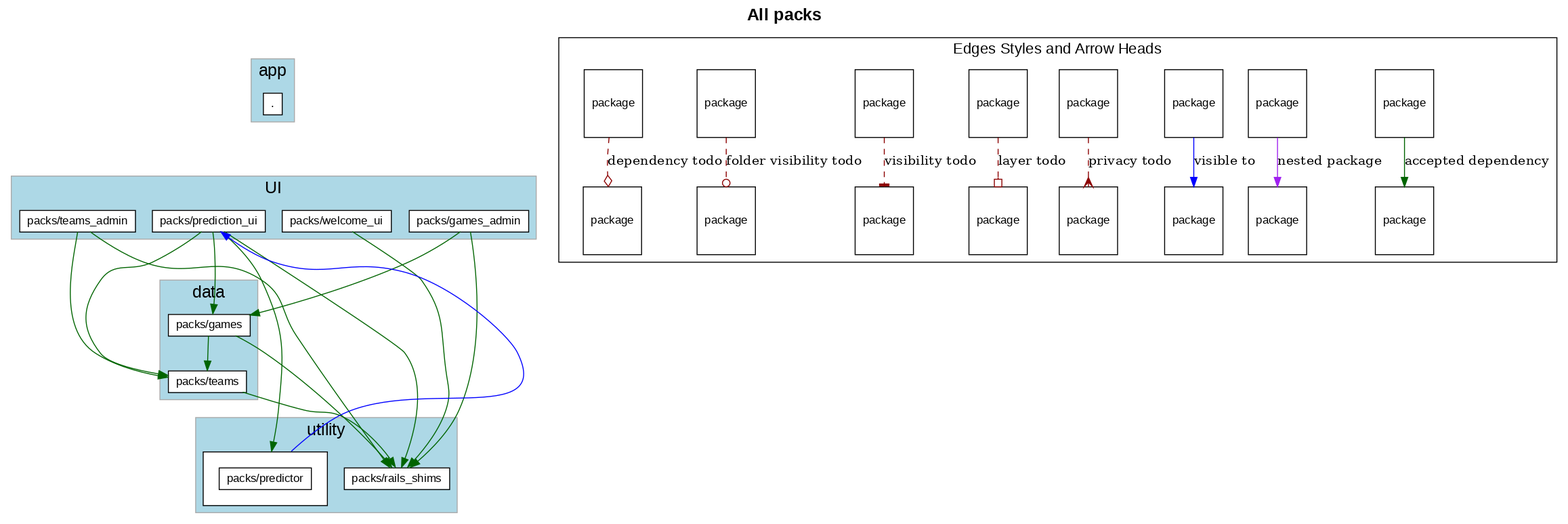
shageman/package-based-rails-applications keeps this Graphviz diagram as diagrams/all_packs.png. Above is the earlier version. Its source is kept beside it as diagrams/all_packs.dot.
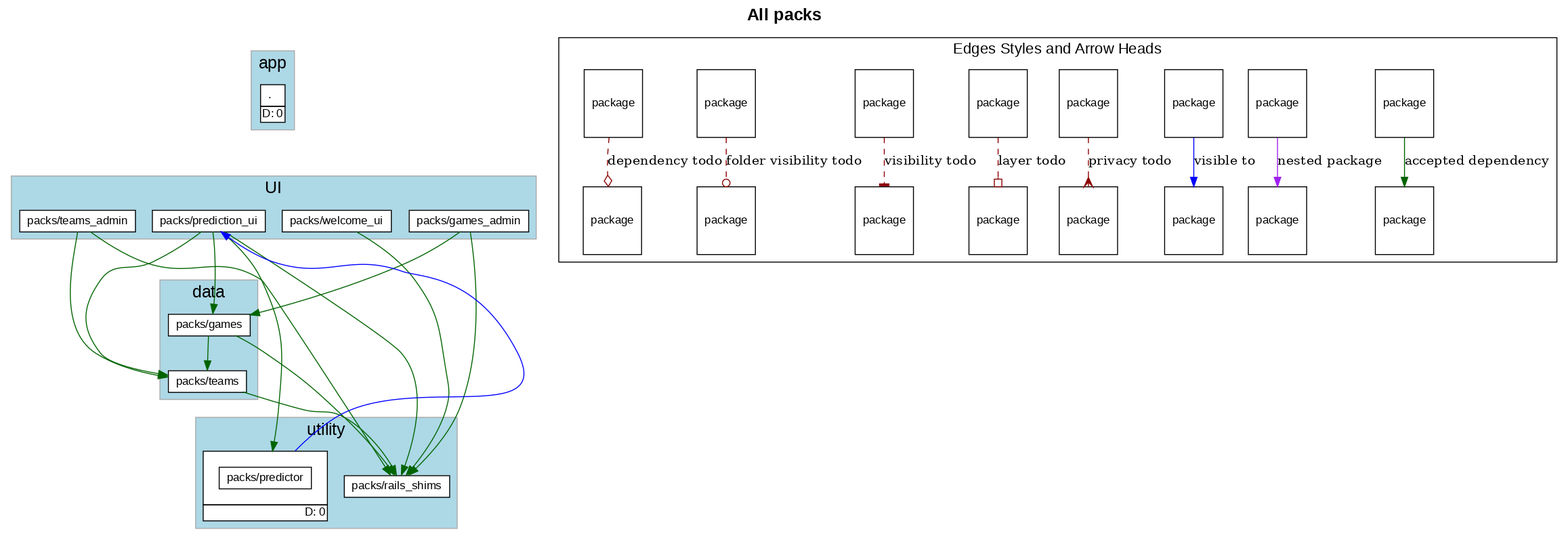
The same diagram one commit later.

The edit, as a diff of the source:
```diff
@@ -30,6 +30,7 @@
             label= <
                 <table border='0' cellborder='1' cellspacing='0' cellpadding='4'>
                   <tr> <td align='left'> . </td> </tr>
+                  <tr><td CELLPADDING='1' ALIGN='RIGHT'>D: 0</td></tr>
                 </table>
               >
           ]
@@ -132,6 +133,7 @@
                     <tr> <td port='private'> packs/predictor </td> </tr>
                   </table>
                   </td></tr>
+                  <tr><td CELLPADDING='1' ALIGN='RIGHT'>D: 0</td></tr>
                   </table>
               >
           ]
```
